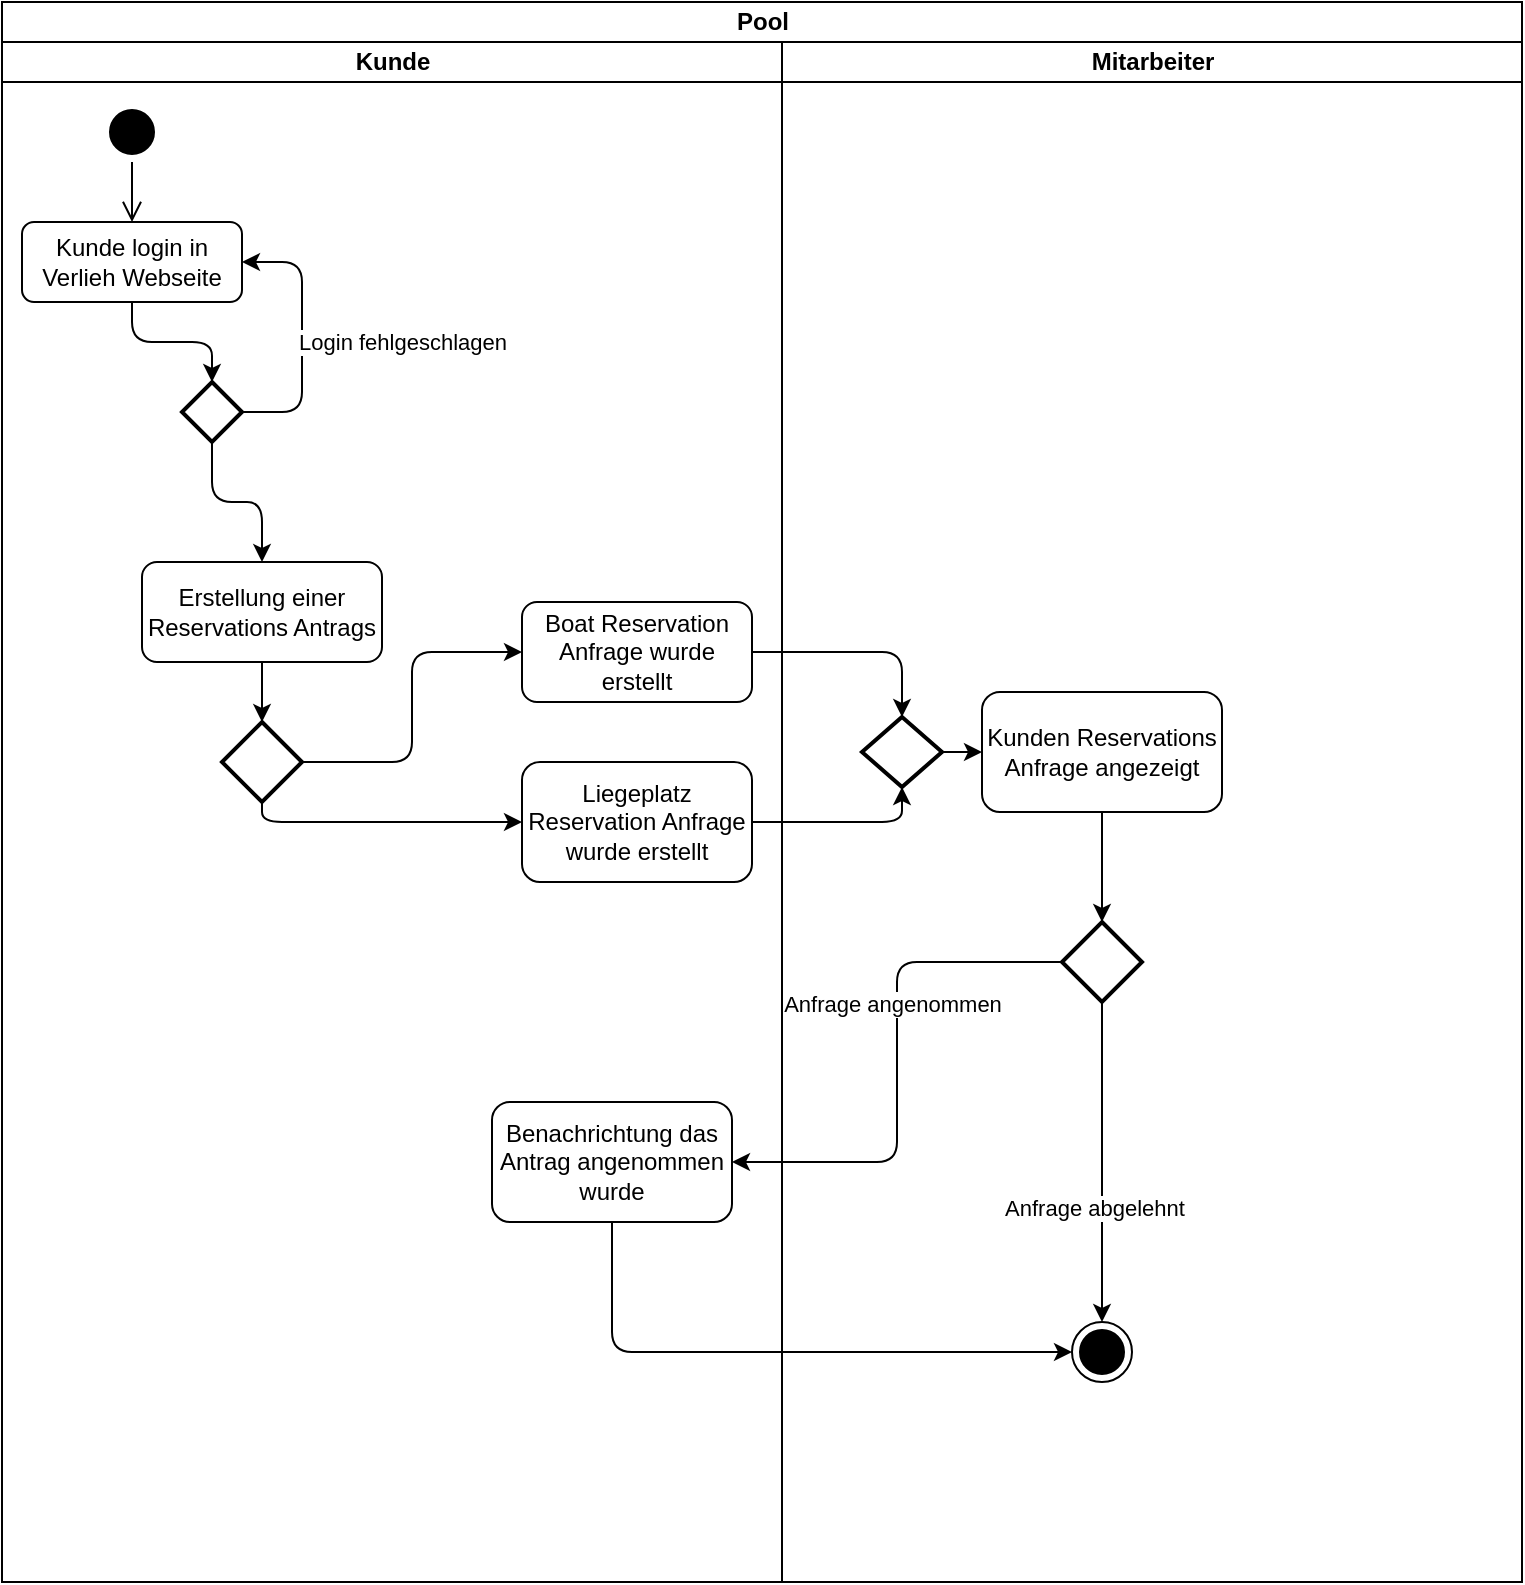
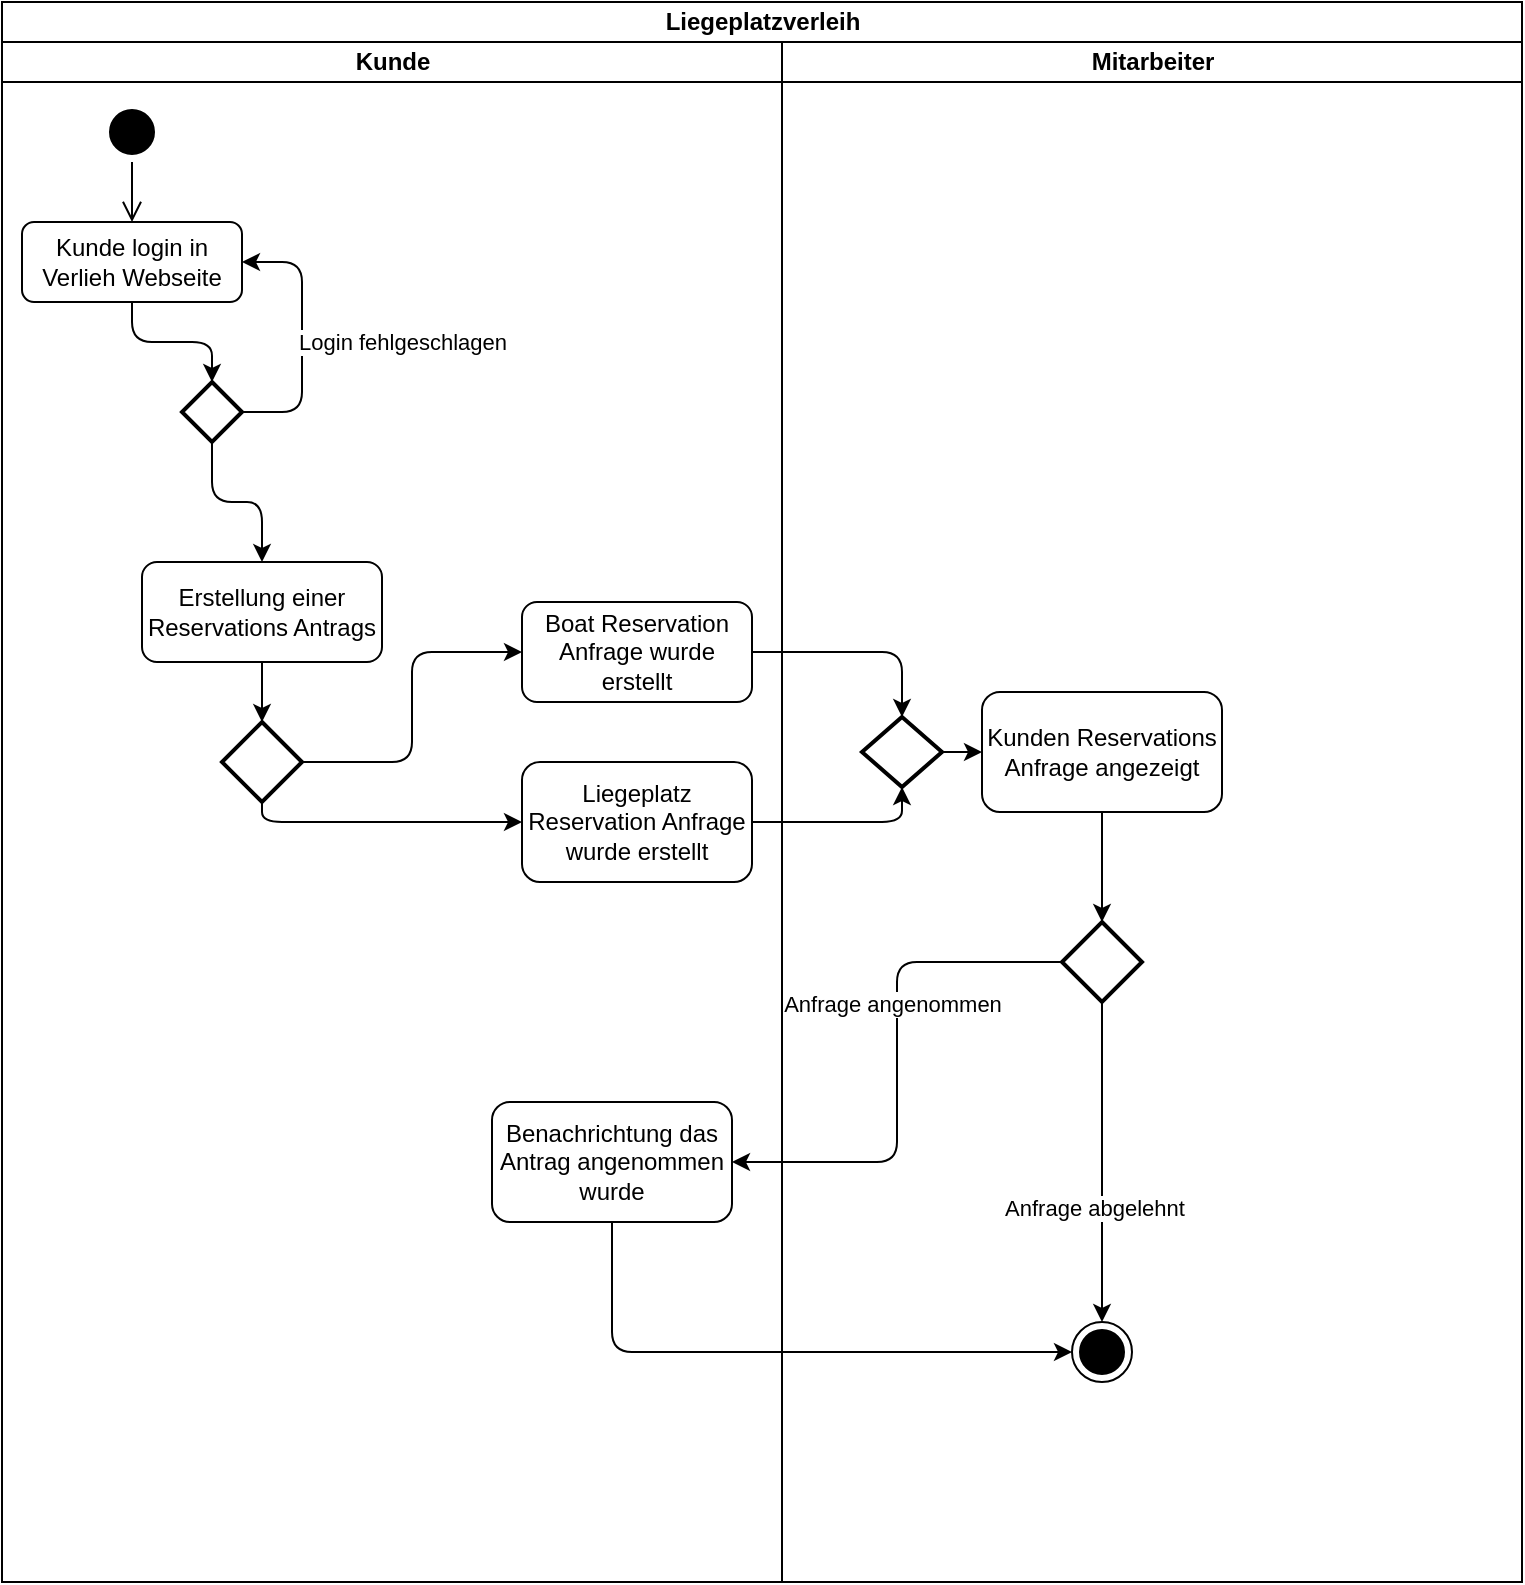
<mxfile host="65bd71144e">
    <diagram id="pwiO6Uiz3X7ZGfIBsyUJ" name="Page-1">
-         <mxGraphModel dx="1470" dy="838" grid="1" gridSize="10" guides="1" tooltips="1" connect="1" arrows="1" fold="1" page="1" pageScale="1" pageWidth="850" pageHeight="1100" math="0" shadow="0">
+         <mxGraphModel dx="661" dy="291" grid="1" gridSize="10" guides="1" tooltips="1" connect="1" arrows="1" fold="1" page="1" pageScale="1" pageWidth="850" pageHeight="1100" math="0" shadow="0">
            <root>
                <mxCell id="0"/>
                <mxCell id="1" parent="0"/>
-                 <mxCell id="12" value="Pool" style="swimlane;childLayout=stackLayout;resizeParent=1;resizeParentMax=0;startSize=20;html=1;" vertex="1" parent="1">
+                 <mxCell id="12" value="Liegeplatzverleih" style="swimlane;childLayout=stackLayout;resizeParent=1;resizeParentMax=0;startSize=20;html=1;" vertex="1" parent="1">
                    <mxGeometry x="60" y="20" width="760" height="790" as="geometry"/>
                </mxCell>
                <mxCell id="36" value="" style="edgeStyle=orthogonalEdgeStyle;html=1;entryX=0.5;entryY=0;entryDx=0;entryDy=0;entryPerimeter=0;" edge="1" parent="12" source="29" target="58">
                    <mxGeometry relative="1" as="geometry">
                        <mxPoint x="430" y="324.9999999999998" as="targetPoint"/>
                    </mxGeometry>
                </mxCell>
                <mxCell id="37" style="edgeStyle=orthogonalEdgeStyle;html=1;entryX=0.5;entryY=1;entryDx=0;entryDy=0;entryPerimeter=0;" edge="1" parent="12" source="30" target="58">
                    <mxGeometry relative="1" as="geometry">
                        <mxPoint x="428.79999999999995" y="411.5999999999999" as="targetPoint"/>
                    </mxGeometry>
                </mxCell>
                <mxCell id="13" value="Kunde" style="swimlane;startSize=20;html=1;" vertex="1" parent="12">
                    <mxGeometry y="20" width="390" height="770" as="geometry"/>
                </mxCell>
                <mxCell id="17" value="" style="ellipse;html=1;shape=startState;fillColor=#000000;strokeColor=#000000;" vertex="1" parent="13">
                    <mxGeometry x="50" y="30" width="30" height="30" as="geometry"/>
                </mxCell>
                <mxCell id="18" value="" style="edgeStyle=orthogonalEdgeStyle;html=1;verticalAlign=bottom;endArrow=open;endSize=8;strokeColor=#000000;fillColor=#000000;entryX=0.5;entryY=0;entryDx=0;entryDy=0;" edge="1" source="17" parent="13" target="19">
                    <mxGeometry relative="1" as="geometry">
                        <mxPoint x="55" y="120" as="targetPoint"/>
                    </mxGeometry>
                </mxCell>
                <mxCell id="22" value="" style="edgeStyle=orthogonalEdgeStyle;html=1;entryX=0.5;entryY=0;entryDx=0;entryDy=0;entryPerimeter=0;" edge="1" parent="13" source="19" target="21">
                    <mxGeometry relative="1" as="geometry"/>
                </mxCell>
                <mxCell id="19" value="Kunde login in Verlieh Webseite" style="rounded=1;whiteSpace=wrap;html=1;" vertex="1" parent="13">
                    <mxGeometry x="10" y="90" width="110" height="40" as="geometry"/>
                </mxCell>
                <mxCell id="27" value="" style="edgeStyle=orthogonalEdgeStyle;html=1;" edge="1" parent="13" source="21" target="26">
                    <mxGeometry relative="1" as="geometry"/>
                </mxCell>
                <mxCell id="21" value="" style="strokeWidth=2;html=1;shape=mxgraph.flowchart.decision;whiteSpace=wrap;" vertex="1" parent="13">
                    <mxGeometry x="90" y="170" width="30" height="30" as="geometry"/>
                </mxCell>
                <mxCell id="24" value="" style="endArrow=classic;html=1;exitX=1;exitY=0.5;exitDx=0;exitDy=0;exitPerimeter=0;edgeStyle=orthogonalEdgeStyle;entryX=1;entryY=0.5;entryDx=0;entryDy=0;" edge="1" parent="13" source="21" target="19">
                    <mxGeometry width="50" height="50" relative="1" as="geometry">
                        <mxPoint x="170" y="210" as="sourcePoint"/>
                        <mxPoint x="220" y="160" as="targetPoint"/>
                        <Array as="points">
                            <mxPoint x="150" y="185"/>
                            <mxPoint x="150" y="110"/>
                        </Array>
                    </mxGeometry>
                </mxCell>
                <mxCell id="25" value="Login fehlgeschlagen" style="edgeLabel;html=1;align=center;verticalAlign=middle;resizable=0;points=[];" vertex="1" connectable="0" parent="24">
                    <mxGeometry x="0.3038" relative="1" as="geometry">
                        <mxPoint x="50" y="23" as="offset"/>
                    </mxGeometry>
                </mxCell>
                <mxCell id="31" value="" style="edgeStyle=none;html=1;" edge="1" parent="13" source="26" target="28">
                    <mxGeometry relative="1" as="geometry"/>
                </mxCell>
                <mxCell id="26" value="Erstellung einer Reservations Antrags" style="rounded=1;whiteSpace=wrap;html=1;" vertex="1" parent="13">
                    <mxGeometry x="70" y="260" width="120" height="50" as="geometry"/>
                </mxCell>
                <mxCell id="32" value="" style="edgeStyle=orthogonalEdgeStyle;html=1;entryX=0;entryY=0.5;entryDx=0;entryDy=0;" edge="1" parent="13" source="28" target="29">
                    <mxGeometry relative="1" as="geometry"/>
                </mxCell>
                <mxCell id="33" style="edgeStyle=orthogonalEdgeStyle;html=1;entryX=0;entryY=0.5;entryDx=0;entryDy=0;exitX=0.5;exitY=1;exitDx=0;exitDy=0;exitPerimeter=0;" edge="1" parent="13" source="28" target="30">
                    <mxGeometry relative="1" as="geometry"/>
                </mxCell>
                <mxCell id="28" value="" style="strokeWidth=2;html=1;shape=mxgraph.flowchart.decision;whiteSpace=wrap;" vertex="1" parent="13">
                    <mxGeometry x="110" y="340" width="40" height="40" as="geometry"/>
                </mxCell>
                <mxCell id="29" value="Boat Reservation Anfrage wurde erstellt" style="rounded=1;whiteSpace=wrap;html=1;" vertex="1" parent="13">
                    <mxGeometry x="260" y="280" width="115" height="50" as="geometry"/>
                </mxCell>
                <mxCell id="30" value="Liegeplatz Reservation Anfrage wurde erstellt" style="rounded=1;whiteSpace=wrap;html=1;" vertex="1" parent="13">
                    <mxGeometry x="260" y="360" width="115" height="60" as="geometry"/>
                </mxCell>
                <mxCell id="50" value="Benachrichtung das Antrag angenommen wurde" style="rounded=1;whiteSpace=wrap;html=1;" vertex="1" parent="13">
                    <mxGeometry x="245" y="530" width="120" height="60" as="geometry"/>
                </mxCell>
                <mxCell id="14" value="Mitarbeiter" style="swimlane;startSize=20;html=1;strokeColor=#000000;" vertex="1" parent="12">
                    <mxGeometry x="390" y="20" width="370" height="770" as="geometry"/>
                </mxCell>
                <mxCell id="38" value="Kunden Reservations Anfrage angezeigt" style="rounded=1;whiteSpace=wrap;html=1;" vertex="1" parent="14">
                    <mxGeometry x="100" y="325" width="120" height="60" as="geometry"/>
                </mxCell>
                <mxCell id="46" value="" style="edgeStyle=orthogonalEdgeStyle;html=1;entryX=0.5;entryY=0;entryDx=0;entryDy=0;" edge="1" parent="14" source="42" target="45">
                    <mxGeometry relative="1" as="geometry"/>
                </mxCell>
                <mxCell id="48" value="Anfrage abgelehnt" style="edgeLabel;html=1;align=center;verticalAlign=middle;resizable=0;points=[];" vertex="1" connectable="0" parent="46">
                    <mxGeometry x="0.2795" y="-4" relative="1" as="geometry">
                        <mxPoint as="offset"/>
                    </mxGeometry>
                </mxCell>
                <mxCell id="42" value="" style="strokeWidth=2;html=1;shape=mxgraph.flowchart.decision;whiteSpace=wrap;" vertex="1" parent="14">
                    <mxGeometry x="140" y="440" width="40" height="40" as="geometry"/>
                </mxCell>
                <mxCell id="43" style="edgeStyle=orthogonalEdgeStyle;html=1;entryX=0.5;entryY=0;entryDx=0;entryDy=0;entryPerimeter=0;" edge="1" parent="14" source="38" target="42">
                    <mxGeometry relative="1" as="geometry"/>
                </mxCell>
                <mxCell id="45" value="" style="ellipse;html=1;shape=endState;fillColor=#000000;strokeColor=#000000;" vertex="1" parent="14">
                    <mxGeometry x="145" y="640" width="30" height="30" as="geometry"/>
                </mxCell>
                <mxCell id="59" style="edgeStyle=none;html=1;entryX=0;entryY=0.5;entryDx=0;entryDy=0;" edge="1" parent="14" source="58" target="38">
                    <mxGeometry relative="1" as="geometry"/>
                </mxCell>
                <mxCell id="58" value="" style="strokeWidth=2;html=1;shape=mxgraph.flowchart.decision;whiteSpace=wrap;" vertex="1" parent="14">
                    <mxGeometry x="40" y="337.5" width="40" height="35" as="geometry"/>
                </mxCell>
                <mxCell id="51" style="edgeStyle=orthogonalEdgeStyle;html=1;entryX=1;entryY=0.5;entryDx=0;entryDy=0;" edge="1" parent="12" source="42" target="50">
                    <mxGeometry relative="1" as="geometry"/>
                </mxCell>
                <mxCell id="60" value="Anfrage angenommen" style="edgeLabel;html=1;align=center;verticalAlign=middle;resizable=0;points=[];" vertex="1" connectable="0" parent="51">
                    <mxGeometry x="-0.2098" y="-3" relative="1" as="geometry">
                        <mxPoint y="-1" as="offset"/>
                    </mxGeometry>
                </mxCell>
                <mxCell id="53" style="edgeStyle=orthogonalEdgeStyle;html=1;entryX=0;entryY=0.5;entryDx=0;entryDy=0;exitX=0.5;exitY=1;exitDx=0;exitDy=0;" edge="1" parent="12" source="50" target="45">
                    <mxGeometry relative="1" as="geometry">
                        <mxPoint x="280" y="639.9999999999998" as="sourcePoint"/>
                        <mxPoint x="555" y="735.0000000000002" as="targetPoint"/>
                    </mxGeometry>
                </mxCell>
            </root>
        </mxGraphModel>
    </diagram>
</mxfile>